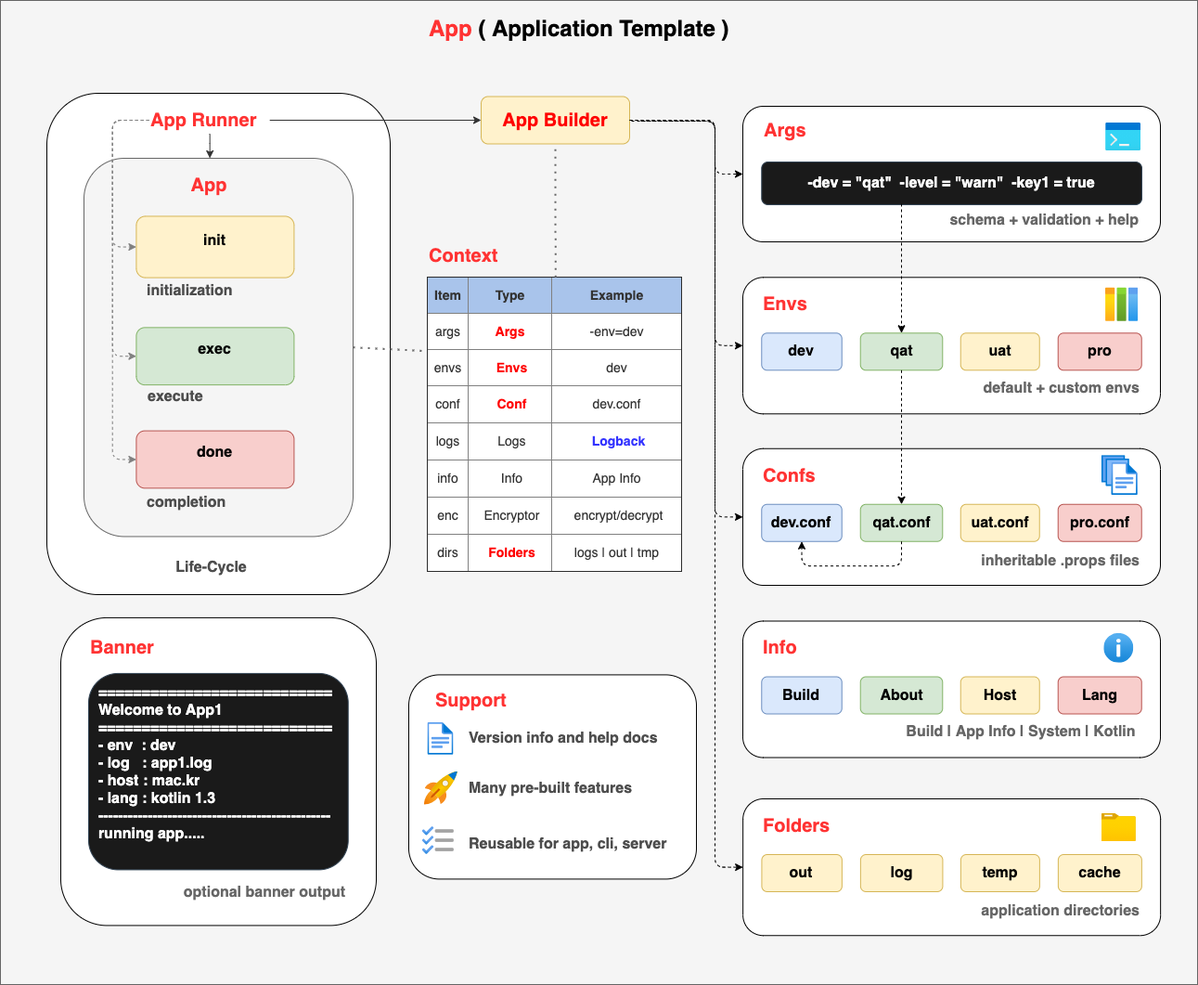
Above: doc/diagrams/slatekit-app.png in slatekit/kiit (draw.io), before the change. Source tidied: cells renumbered, new cells last; positions are measured from the earlier drawing's top-left corner, leaving out a move shared by most shapes.
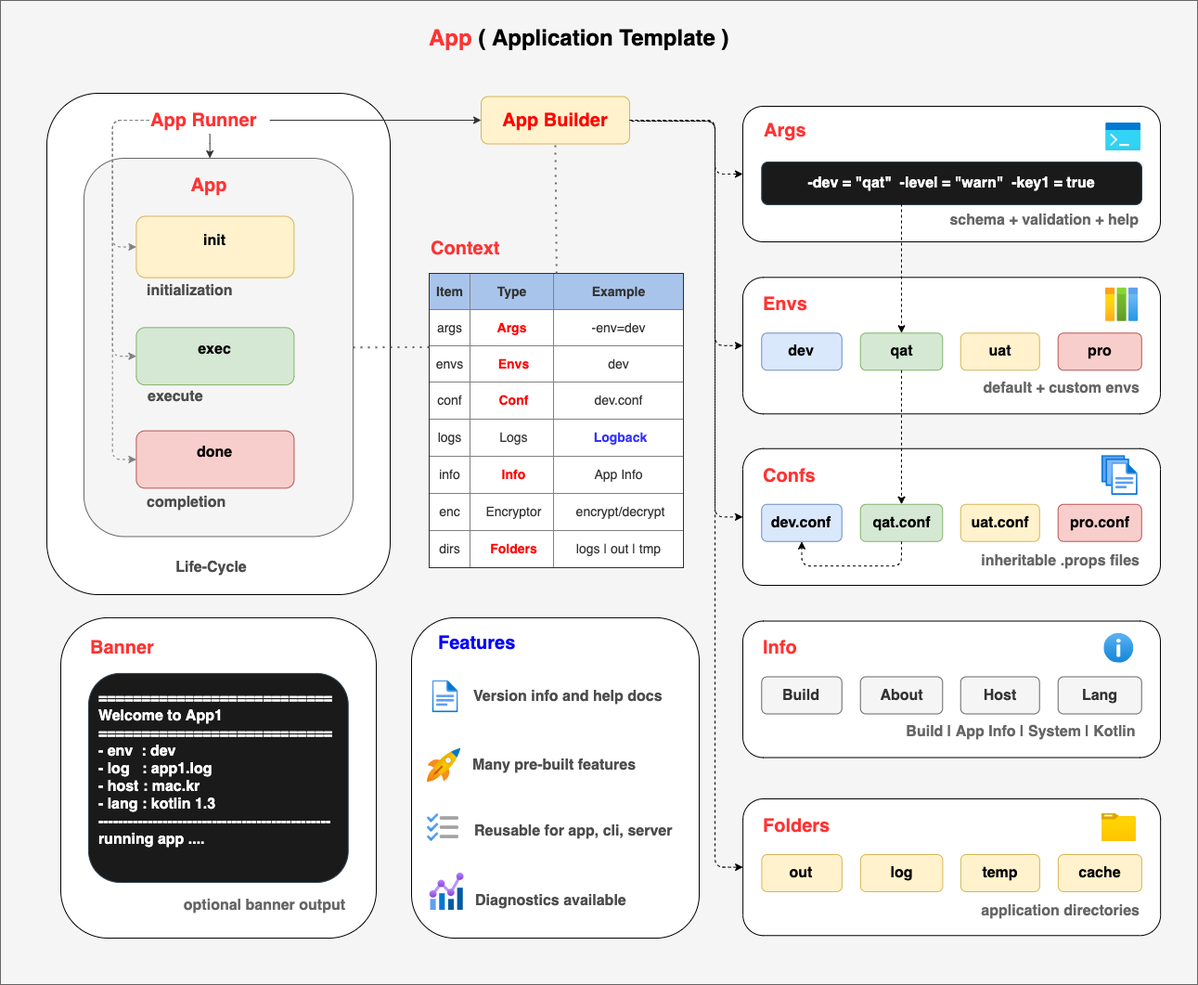
After the commit.

What changed in the source:
```diff
@@ -12,7 +12,7 @@
       <mxGeometry x="160.2" y="114" width="130" height="30" as="geometry" />
     </mxCell>
     <mxCell id="5" value="&lt;font style=&quot;font-size: 24px&quot;&gt;&lt;b&gt;&lt;font color=&quot;#ff3333&quot; style=&quot;font-size: 24px&quot;&gt;App&lt;/font&gt;&lt;font color=&quot;#3333ff&quot; style=&quot;font-size: 24px&quot;&gt;&amp;nbsp;&lt;/font&gt;( Application Template )&lt;/b&gt;&lt;/font&gt;" style="text;html=1;strokeColor=none;fillColor=none;align=left;verticalAlign=middle;whiteSpace=wrap;rounded=0;" parent="1" vertex="1">
-      <mxGeometry x="460" y="20" width="370" height="20" as="geometry" />
+      <mxGeometry x="460" y="30" width="370" height="20" as="geometry" />
     </mxCell>
     <mxCell id="6" style="rounded=1;whiteSpace=wrap;html=1;glass=0;align=left;fillColor=#f5f5f5;strokeColor=#666666;fontColor=#333333;" parent="1" vertex="1">
       <mxGeometry x="90" y="170" width="290" height="407.5" as="geometry" />
@@ -69,8 +69,8 @@
     <mxCell id="19" style="endArrow=none;dashed=1;html=1;dashPattern=1 3;strokeWidth=2;fontColor=#4D4D4D;entryX=0;entryY=0.25;entryDx=0;entryDy=0;exitX=1;exitY=0.5;exitDx=0;exitDy=0;strokeColor=#666666;" parent="1" edge="1" source="6" target="20">
       <mxGeometry relative="1" as="geometry" />
     </mxCell>
-    <mxCell id="20" value="&lt;table border=&quot;1&quot; width=&quot;100%&quot; style=&quot;width: 100% ; height: 100% ; border-collapse: collapse ; font-size: 14px ; background-color: rgb(255 , 255 , 255)&quot;&gt;&lt;tbody style=&quot;font-size: 14px&quot;&gt;&lt;tr style=&quot;font-size: 14px&quot;&gt;&lt;td align=&quot;center&quot; style=&quot;font-size: 14px ; background-color: rgb(169 , 196 , 235)&quot;&gt;&lt;b style=&quot;font-size: 14px&quot;&gt;Item&lt;/b&gt;&lt;/td&gt;&lt;td style=&quot;text-align: center ; background-color: rgb(169 , 196 , 235)&quot;&gt;&lt;b&gt;Type&lt;/b&gt;&lt;br&gt;&lt;/td&gt;&lt;td align=&quot;center&quot; style=&quot;font-size: 14px ; background-color: rgb(169 , 196 , 235)&quot;&gt;&lt;b style=&quot;font-size: 14px&quot;&gt;Example&lt;/b&gt;&lt;/td&gt;&lt;/tr&gt;&lt;tr style=&quot;font-size: 14px&quot;&gt;&lt;td align=&quot;center&quot; style=&quot;font-size: 14px&quot;&gt;args&lt;/td&gt;&lt;td style=&quot;text-align: center&quot;&gt;&lt;b&gt;&lt;font color=&quot;#ff0000&quot;&gt;Args&lt;/font&gt;&lt;/b&gt;&lt;/td&gt;&lt;td align=&quot;center&quot; style=&quot;font-size: 14px&quot;&gt;-env=dev&lt;/td&gt;&lt;/tr&gt;&lt;tr style=&quot;font-size: 14px&quot;&gt;&lt;td align=&quot;center&quot; style=&quot;font-size: 14px&quot;&gt;envs&lt;br style=&quot;font-size: 14px&quot;&gt;&lt;/td&gt;&lt;td style=&quot;text-align: center&quot;&gt;&amp;nbsp;&lt;font color=&quot;#ff0000&quot;&gt;&lt;b&gt;Envs&lt;/b&gt;&lt;/font&gt;&lt;/td&gt;&lt;td align=&quot;center&quot; style=&quot;font-size: 14px&quot;&gt;dev&lt;/td&gt;&lt;/tr&gt;&lt;tr style=&quot;font-size: 14px&quot;&gt;&lt;td style=&quot;text-align: center ; font-size: 14px&quot;&gt;conf&lt;/td&gt;&lt;td style=&quot;text-align: center&quot;&gt;&amp;nbsp;&lt;font color=&quot;#ff0000&quot;&gt;&lt;b&gt;Conf&lt;/b&gt;&lt;/font&gt;&lt;/td&gt;&lt;td style=&quot;text-align: center ; font-size: 14px&quot;&gt;dev.conf&lt;/td&gt;&lt;/tr&gt;&lt;tr style=&quot;font-size: 14px&quot;&gt;&lt;td style=&quot;text-align: center ; font-size: 14px&quot;&gt;logs&lt;/td&gt;&lt;td style=&quot;text-align: center&quot;&gt;&amp;nbsp;Logs&lt;/td&gt;&lt;td style=&quot;text-align: center ; font-size: 14px&quot;&gt;&amp;nbsp;&lt;b&gt;&lt;font color=&quot;#3333ff&quot;&gt;Logback&lt;/font&gt;&lt;/b&gt;&lt;/td&gt;&lt;/tr&gt;&lt;tr style=&quot;font-size: 14px&quot;&gt;&lt;td style=&quot;text-align: center ; font-size: 14px&quot;&gt;info&lt;/td&gt;&lt;td style=&quot;text-align: center&quot;&gt;&amp;nbsp;Info&lt;/td&gt;&lt;td style=&quot;text-align: center ; font-size: 14px&quot;&gt;App Info&lt;/td&gt;&lt;/tr&gt;&lt;tr style=&quot;font-size: 14px&quot;&gt;&lt;td style=&quot;text-align: center ; font-size: 14px&quot;&gt;enc&lt;/td&gt;&lt;td style=&quot;text-align: center&quot;&gt;&amp;nbsp;Encryptor&lt;/td&gt;&lt;td style=&quot;text-align: center ; font-size: 14px&quot;&gt;&amp;nbsp;encrypt/decrypt&lt;/td&gt;&lt;/tr&gt;&lt;tr&gt;&lt;td style=&quot;text-align: center&quot;&gt;dirs&lt;/td&gt;&lt;td style=&quot;text-align: center&quot;&gt;&amp;nbsp;&lt;b&gt;&lt;font color=&quot;#ff0000&quot;&gt;Folders&lt;/font&gt;&lt;/b&gt;&lt;/td&gt;&lt;td style=&quot;text-align: center&quot;&gt;logs | out | tmp&lt;/td&gt;&lt;/tr&gt;&lt;/tbody&gt;&lt;/table&gt;" style="text;html=1;strokeColor=none;fillColor=none;overflow=fill;rounded=0;glass=0;align=left;fontColor=#333333;fontSize=14;" parent="1" vertex="1">
-      <mxGeometry x="460.5" y="298.3" width="275.4" height="317.7" as="geometry" />
+    <mxCell id="20" value="&lt;table border=&quot;1&quot; width=&quot;100%&quot; style=&quot;width: 100% ; height: 100% ; border-collapse: collapse ; font-size: 14px ; background-color: rgb(255 , 255 , 255)&quot;&gt;&lt;tbody style=&quot;font-size: 14px&quot;&gt;&lt;tr style=&quot;font-size: 14px&quot;&gt;&lt;td align=&quot;center&quot; style=&quot;font-size: 14px ; background-color: rgb(169 , 196 , 235)&quot;&gt;&lt;b style=&quot;font-size: 14px&quot;&gt;Item&lt;/b&gt;&lt;/td&gt;&lt;td style=&quot;text-align: center ; background-color: rgb(169 , 196 , 235)&quot;&gt;&lt;b&gt;Type&lt;/b&gt;&lt;br&gt;&lt;/td&gt;&lt;td align=&quot;center&quot; style=&quot;font-size: 14px ; background-color: rgb(169 , 196 , 235)&quot;&gt;&lt;b style=&quot;font-size: 14px&quot;&gt;Example&lt;/b&gt;&lt;/td&gt;&lt;/tr&gt;&lt;tr style=&quot;font-size: 14px&quot;&gt;&lt;td align=&quot;center&quot; style=&quot;font-size: 14px&quot;&gt;args&lt;/td&gt;&lt;td style=&quot;text-align: center&quot;&gt;&lt;b&gt;&lt;font color=&quot;#ff0000&quot;&gt;Args&lt;/font&gt;&lt;/b&gt;&lt;/td&gt;&lt;td align=&quot;center&quot; style=&quot;font-size: 14px&quot;&gt;-env=dev&lt;/td&gt;&lt;/tr&gt;&lt;tr style=&quot;font-size: 14px&quot;&gt;&lt;td align=&quot;center&quot; style=&quot;font-size: 14px&quot;&gt;envs&lt;br style=&quot;font-size: 14px&quot;&gt;&lt;/td&gt;&lt;td style=&quot;text-align: center&quot;&gt;&amp;nbsp;&lt;font color=&quot;#ff0000&quot;&gt;&lt;b&gt;Envs&lt;/b&gt;&lt;/font&gt;&lt;/td&gt;&lt;td align=&quot;center&quot; style=&quot;font-size: 14px&quot;&gt;dev&lt;/td&gt;&lt;/tr&gt;&lt;tr style=&quot;font-size: 14px&quot;&gt;&lt;td style=&quot;text-align: center ; font-size: 14px&quot;&gt;conf&lt;/td&gt;&lt;td style=&quot;text-align: center&quot;&gt;&amp;nbsp;&lt;font color=&quot;#ff0000&quot;&gt;&lt;b&gt;Conf&lt;/b&gt;&lt;/font&gt;&lt;/td&gt;&lt;td style=&quot;text-align: center ; font-size: 14px&quot;&gt;dev.conf&lt;/td&gt;&lt;/tr&gt;&lt;tr style=&quot;font-size: 14px&quot;&gt;&lt;td style=&quot;text-align: center ; font-size: 14px&quot;&gt;logs&lt;/td&gt;&lt;td style=&quot;text-align: center&quot;&gt;&amp;nbsp;Logs&lt;/td&gt;&lt;td style=&quot;text-align: center ; font-size: 14px&quot;&gt;&amp;nbsp;&lt;b&gt;&lt;font color=&quot;#3333ff&quot;&gt;Logback&lt;/font&gt;&lt;/b&gt;&lt;/td&gt;&lt;/tr&gt;&lt;tr style=&quot;font-size: 14px&quot;&gt;&lt;td style=&quot;text-align: center ; font-size: 14px&quot;&gt;info&lt;/td&gt;&lt;td style=&quot;text-align: center&quot;&gt;&amp;nbsp;&lt;b&gt;&lt;font color=&quot;#ff0000&quot;&gt;Info&lt;/font&gt;&lt;/b&gt;&lt;/td&gt;&lt;td style=&quot;text-align: center ; font-size: 14px&quot;&gt;App Info&lt;/td&gt;&lt;/tr&gt;&lt;tr style=&quot;font-size: 14px&quot;&gt;&lt;td style=&quot;text-align: center ; font-size: 14px&quot;&gt;enc&lt;/td&gt;&lt;td style=&quot;text-align: center&quot;&gt;&amp;nbsp;Encryptor&lt;/td&gt;&lt;td style=&quot;text-align: center ; font-size: 14px&quot;&gt;&amp;nbsp;encrypt/decrypt&lt;/td&gt;&lt;/tr&gt;&lt;tr&gt;&lt;td style=&quot;text-align: center&quot;&gt;dirs&lt;/td&gt;&lt;td style=&quot;text-align: center&quot;&gt;&amp;nbsp;&lt;b&gt;&lt;font color=&quot;#ff0000&quot;&gt;Folders&lt;/font&gt;&lt;/b&gt;&lt;/td&gt;&lt;td style=&quot;text-align: center&quot;&gt;logs | out | tmp&lt;/td&gt;&lt;/tr&gt;&lt;/tbody&gt;&lt;/table&gt;" style="text;html=1;strokeColor=none;fillColor=none;overflow=fill;rounded=0;glass=0;align=left;fontColor=#333333;fontSize=14;" parent="1" vertex="1">
+      <mxGeometry x="461.6" y="294" width="275.4" height="317.7" as="geometry" />
     </mxCell>
     <mxCell id="21" style="endArrow=none;dashed=1;html=1;dashPattern=1 3;strokeWidth=2;fontColor=#4D4D4D;entryX=0.5;entryY=1;entryDx=0;entryDy=0;exitX=0.5;exitY=0;exitDx=0;exitDy=0;strokeColor=#666666;" parent="1" edge="1" source="20" target="28">
       <mxGeometry relative="1" as="geometry" />
@@ -79,19 +79,19 @@
       <mxGeometry x="85.7" y="596.1" width="282.5" height="30" as="geometry" />
     </mxCell>
     <mxCell id="23" style="rounded=1;whiteSpace=wrap;html=1;glass=0;strokeWidth=1;fontSize=14;align=left;" parent="1" vertex="1">
-      <mxGeometry x="440" y="726.4" width="310" height="220" as="geometry" />
+      <mxGeometry x="443" y="664.9" width="310" height="345.1" as="geometry" />
     </mxCell>
-    <mxCell id="24" value="&lt;div&gt;&lt;b style=&quot;color: rgb(255 , 51 , 51)&quot;&gt;&lt;span style=&quot;font-size: 20px&quot;&gt;Support&lt;/span&gt;&lt;/b&gt;&lt;/div&gt;" style="text;html=1;strokeColor=none;fillColor=none;align=left;verticalAlign=middle;whiteSpace=wrap;rounded=0;" parent="1" vertex="1">
-      <mxGeometry x="466.6" y="738.5" width="130" height="30" as="geometry" />
+    <mxCell id="24" value="&lt;div&gt;&lt;b&gt;&lt;span style=&quot;font-size: 20px&quot;&gt;Features&lt;/span&gt;&lt;/b&gt;&lt;/div&gt;" style="text;html=1;strokeColor=none;fillColor=none;align=left;verticalAlign=middle;whiteSpace=wrap;rounded=0;fontColor=#0000FF;" parent="1" vertex="1">
+      <mxGeometry x="469.6" y="677" width="130" height="30" as="geometry" />
     </mxCell>
     <mxCell id="25" value="&lt;font style=&quot;font-size: 16px&quot;&gt;&lt;b&gt;Version info and help docs&lt;/b&gt;&lt;/font&gt;" style="text;html=1;strokeColor=none;fillColor=none;align=left;verticalAlign=middle;whiteSpace=wrap;rounded=0;fontColor=#4D4D4D;" parent="1" vertex="1">
-      <mxGeometry x="503" y="785.4" width="216.9" height="20" as="geometry" />
+      <mxGeometry x="508.2" y="739.9" width="216.9" height="20" as="geometry" />
     </mxCell>
     <mxCell id="26" value="&lt;span style=&quot;font-size: 16px&quot;&gt;&lt;b&gt;Reusable for app, cli, server&lt;/b&gt;&lt;/span&gt;" style="text;html=1;strokeColor=none;fillColor=none;align=left;verticalAlign=middle;whiteSpace=wrap;rounded=0;fontColor=#4D4D4D;" parent="1" vertex="1">
-      <mxGeometry x="503.5" y="899.1" width="216.5" height="20" as="geometry" />
+      <mxGeometry x="508.6" y="885.1" width="216.5" height="20" as="geometry" />
     </mxCell>
     <mxCell id="27" value="&lt;div&gt;&lt;b style=&quot;color: rgb(255 , 51 , 51)&quot;&gt;&lt;font style=&quot;font-size: 20px&quot;&gt;Context&lt;/font&gt;&lt;/b&gt;&lt;/div&gt;" style="text;html=1;strokeColor=none;fillColor=none;align=left;verticalAlign=middle;whiteSpace=wrap;rounded=0;" parent="1" vertex="1">
-      <mxGeometry x="460.1" y="260" width="130" height="30" as="geometry" />
+      <mxGeometry x="462" y="252" width="130" height="30" as="geometry" />
     </mxCell>
     <mxCell id="28" value="&lt;b&gt;&lt;font style=&quot;font-size: 20px&quot; color=&quot;#ff0000&quot;&gt;App Builder&lt;/font&gt;&lt;/b&gt;" style="rounded=1;whiteSpace=wrap;html=1;fillColor=#fff2cc;strokeColor=#d6b656;" parent="1" vertex="1">
       <mxGeometry x="518" y="103.5" width="160" height="51" as="geometry" />
@@ -169,7 +169,7 @@
       </mxGeometry>
     </mxCell>
     <mxCell id="51" style="html=1;align=center;image;fontSize=12;image=img/lib/azure2/general/File.svg;fillColor=#1A1A1A;" parent="1" vertex="1">
-      <mxGeometry x="460.5" y="777.9" width="28.4" height="35" as="geometry" />
+      <mxGeometry x="465.6" y="732.4" width="28.4" height="35" as="geometry" />
     </mxCell>
     <mxCell id="52" value="&lt;div&gt;&lt;b style=&quot;font-size: 16px&quot;&gt;schema + validation + help&lt;/b&gt;&lt;/div&gt;" style="text;html=1;strokeColor=none;fillColor=none;align=right;verticalAlign=middle;whiteSpace=wrap;rounded=0;fontColor=#666666;" parent="1" vertex="1">
       <mxGeometry x="960" y="222" width="269.4" height="30" as="geometry" />
@@ -231,50 +231,56 @@
     <mxCell id="65" style="rounded=1;whiteSpace=wrap;html=1;glass=0;align=left;" parent="1" vertex="1">
       <mxGeometry x="800" y="668.5" width="450" height="147" as="geometry" />
     </mxCell>
-    <mxCell id="66" value="&lt;span style=&quot;font-size: 16px&quot;&gt;&lt;b&gt;About&lt;/b&gt;&lt;/span&gt;" style="rounded=1;whiteSpace=wrap;html=1;fillColor=#d5e8d4;strokeColor=#82b366;" parent="1" vertex="1">
+    <mxCell id="66" value="&lt;span style=&quot;font-size: 16px&quot;&gt;&lt;b&gt;About&lt;/b&gt;&lt;/span&gt;" style="rounded=1;whiteSpace=wrap;html=1;fillColor=#f5f5f5;strokeColor=#666666;fontColor=#333333;" parent="1" vertex="1">
       <mxGeometry x="926.7" y="728.5" width="88.5" height="40" as="geometry" />
     </mxCell>
-    <mxCell id="67" value="&lt;b&gt;&lt;font style=&quot;font-size: 16px&quot;&gt;Build&lt;/font&gt;&lt;/b&gt;" style="rounded=1;whiteSpace=wrap;html=1;fillColor=#dae8fc;strokeColor=#6c8ebf;" parent="1" vertex="1">
+    <mxCell id="67" value="&lt;b&gt;&lt;font style=&quot;font-size: 16px&quot;&gt;Build&lt;/font&gt;&lt;/b&gt;" style="rounded=1;whiteSpace=wrap;html=1;fillColor=#f5f5f5;strokeColor=#666666;fontColor=#333333;" parent="1" vertex="1">
       <mxGeometry x="820.3" y="728.5" width="86.5" height="40" as="geometry" />
     </mxCell>
-    <mxCell id="68" value="&lt;b&gt;&lt;font style=&quot;font-size: 16px&quot;&gt;Host&lt;/font&gt;&lt;/b&gt;" style="rounded=1;whiteSpace=wrap;html=1;fillColor=#fff2cc;strokeColor=#d6b656;" parent="1" vertex="1">
+    <mxCell id="68" value="&lt;b&gt;&lt;font style=&quot;font-size: 16px&quot;&gt;Host&lt;/font&gt;&lt;/b&gt;" style="rounded=1;whiteSpace=wrap;html=1;fillColor=#f5f5f5;strokeColor=#666666;fontColor=#333333;" parent="1" vertex="1">
       <mxGeometry x="1034.7" y="728.5" width="85" height="40" as="geometry" />
     </mxCell>
     <mxCell id="69" value="&lt;div&gt;&lt;b style=&quot;color: rgb(255 , 51 , 51)&quot;&gt;&lt;font style=&quot;font-size: 20px&quot;&gt;Info&lt;/font&gt;&lt;/b&gt;&lt;/div&gt;" style="text;html=1;strokeColor=none;fillColor=none;align=left;verticalAlign=middle;whiteSpace=wrap;rounded=0;" parent="1" vertex="1">
       <mxGeometry x="820.3" y="681.8" width="123.2" height="30" as="geometry" />
     </mxCell>
-    <mxCell id="70" value="&lt;b&gt;&lt;font style=&quot;font-size: 16px&quot;&gt;Lang&lt;/font&gt;&lt;/b&gt;" style="rounded=1;whiteSpace=wrap;html=1;fillColor=#f8cecc;strokeColor=#b85450;" parent="1" vertex="1">
+    <mxCell id="70" value="&lt;b&gt;&lt;font style=&quot;font-size: 16px&quot;&gt;Lang&lt;/font&gt;&lt;/b&gt;" style="rounded=1;whiteSpace=wrap;html=1;fillColor=#f5f5f5;strokeColor=#666666;fontColor=#333333;" parent="1" vertex="1">
       <mxGeometry x="1139.7" y="728.5" width="90" height="40" as="geometry" />
     </mxCell>
     <mxCell id="71" value="&lt;span style=&quot;font-size: 16px&quot;&gt;&lt;b&gt;Build | App Info | System | Kotlin&amp;nbsp;&lt;/b&gt;&lt;/span&gt;" style="text;html=1;strokeColor=none;fillColor=none;align=right;verticalAlign=middle;whiteSpace=wrap;rounded=0;fontColor=#666666;" parent="1" vertex="1">
       <mxGeometry x="950" y="773.1" width="280" height="30" as="geometry" />
     </mxCell>
     <mxCell id="72" style="rounded=1;whiteSpace=wrap;html=1;glass=0;align=left;" parent="1" vertex="1">
-      <mxGeometry x="65" y="664.9" width="340" height="331.5" as="geometry" />
+      <mxGeometry x="65" y="664.9" width="340" height="345.1" as="geometry" />
     </mxCell>
-    <mxCell id="73" value="&lt;b&gt;&lt;font style=&quot;font-size: 16px&quot;&gt;&amp;nbsp; ===========================&lt;br&gt;&amp;nbsp; Welcome to App1&lt;br&gt;&amp;nbsp;&amp;nbsp;&lt;/font&gt;&lt;/b&gt;&lt;b&gt;&lt;font style=&quot;font-size: 16px&quot;&gt;===========================&lt;br&gt;&lt;/font&gt;&lt;/b&gt;&lt;b&gt;&lt;font style=&quot;font-size: 16px&quot;&gt;&amp;nbsp; - env&amp;nbsp; : dev&amp;nbsp;&lt;br&gt;&amp;nbsp; - log&amp;nbsp; &amp;nbsp;: app1.log&lt;br&gt;&amp;nbsp; - host : mac.kr&lt;br&gt;&amp;nbsp; - lang : kotlin 1.3&lt;br&gt;&amp;nbsp; -----------------------------------------------&lt;br&gt;&amp;nbsp; running app.....&lt;br&gt;&amp;nbsp;&amp;nbsp;&lt;br&gt;&lt;/font&gt;&lt;/b&gt;" style="rounded=1;whiteSpace=wrap;html=1;strokeColor=#314354;fontColor=#ffffff;fillColor=#1A1A1A;align=left;" parent="1" vertex="1">
-      <mxGeometry x="95" y="724.9" width="279.7" height="211.5" as="geometry" />
+    <mxCell id="73" value="&lt;b&gt;&lt;font style=&quot;font-size: 16px&quot;&gt;&amp;nbsp; ===========================&lt;br&gt;&amp;nbsp; Welcome to App1&lt;br&gt;&amp;nbsp;&amp;nbsp;&lt;/font&gt;&lt;/b&gt;&lt;b&gt;&lt;font style=&quot;font-size: 16px&quot;&gt;===========================&lt;br&gt;&lt;/font&gt;&lt;/b&gt;&lt;b&gt;&lt;font style=&quot;font-size: 16px&quot;&gt;&amp;nbsp; - env&amp;nbsp; : dev&amp;nbsp;&lt;br&gt;&amp;nbsp; - log&amp;nbsp; &amp;nbsp;: app1.log&lt;br&gt;&amp;nbsp; - host : mac.kr&lt;br&gt;&amp;nbsp; - lang : kotlin 1.3&lt;br&gt;&amp;nbsp; -----------------------------------------------&lt;br&gt;&amp;nbsp; running app ....&lt;br&gt;&amp;nbsp;&amp;nbsp;&lt;br&gt;&lt;/font&gt;&lt;/b&gt;" style="rounded=1;whiteSpace=wrap;html=1;strokeColor=#314354;fontColor=#ffffff;fillColor=#1A1A1A;align=left;" parent="1" vertex="1">
+      <mxGeometry x="95" y="724.9" width="279.7" height="225.1" as="geometry" />
     </mxCell>
     <mxCell id="74" value="&lt;div&gt;&lt;b style=&quot;color: rgb(255 , 51 , 51)&quot;&gt;&lt;font style=&quot;font-size: 20px&quot;&gt;Banner&lt;/font&gt;&lt;/b&gt;&lt;/div&gt;" style="text;html=1;strokeColor=none;fillColor=none;align=left;verticalAlign=middle;whiteSpace=wrap;rounded=0;" parent="1" vertex="1">
       <mxGeometry x="95" y="681.7" width="123.2" height="30" as="geometry" />
     </mxCell>
     <mxCell id="75" value="&lt;span style=&quot;font-size: 16px&quot;&gt;&lt;b&gt;optional banner output&lt;/b&gt;&lt;/span&gt;" style="text;html=1;strokeColor=none;fillColor=none;align=right;verticalAlign=middle;whiteSpace=wrap;rounded=0;fontColor=#666666;" parent="1" vertex="1">
-      <mxGeometry x="105.3" y="946.4" width="269.4" height="30" as="geometry" />
+      <mxGeometry x="105.3" y="960" width="269.4" height="30" as="geometry" />
     </mxCell>
     <mxCell id="76" style="html=1;align=center;image;fontSize=12;image=img/lib/azure2/general/Information.svg;" parent="1" vertex="1">
       <mxGeometry x="1189.3" y="681.8" width="32" height="32" as="geometry" />
     </mxCell>
     <mxCell id="77" style="html=1;align=center;image;fontSize=12;image=img/lib/azure2/general/Backlog.svg;fillColor=#1A1A1A;" parent="1" vertex="1">
-      <mxGeometry x="454.9" y="890" width="34" height="30" as="geometry" />
+      <mxGeometry x="460" y="876" width="34" height="30" as="geometry" />
     </mxCell>
     <mxCell id="78" value="&lt;span style=&quot;font-size: 16px&quot;&gt;&lt;b&gt;Many pre-built features&lt;/b&gt;&lt;/span&gt;" style="text;html=1;strokeColor=none;fillColor=none;align=left;verticalAlign=middle;whiteSpace=wrap;rounded=0;fontColor=#4D4D4D;" parent="1" vertex="1">
-      <mxGeometry x="503.5" y="838.5" width="216.9" height="20" as="geometry" />
+      <mxGeometry x="506.6" y="813.8" width="216.9" height="20" as="geometry" />
     </mxCell>
     <mxCell id="79" style="html=1;align=center;image;fontSize=12;image=img/lib/azure2/general/Files.svg;fillColor=#1A1A1A;" parent="1" vertex="1">
       <mxGeometry x="1186.8" y="490.1" width="39.3" height="43" as="geometry" />
     </mxCell>
     <mxCell id="80" style="html=1;align=center;image;fontSize=12;image=img/lib/azure2/general/Quickstart_Center.svg;fillColor=#1A1A1A;" parent="1" vertex="1">
-      <mxGeometry x="456.8" y="830.7" width="35.7" height="35.7" as="geometry" />
+      <mxGeometry x="460" y="806" width="35.7" height="35.7" as="geometry" />
     </mxCell>
+    <mxCell id="81" style="html=1;align=center;image;fontSize=12;image=img/lib/azure2/management_governance/Metrics.svg;" parent="1" vertex="1">
+      <mxGeometry x="462.6" y="940" width="36.9" height="40" as="geometry" />
+    </mxCell>
+    <mxCell id="82" value="&lt;span style=&quot;font-size: 16px&quot;&gt;&lt;b&gt;Diagnostics available&lt;/b&gt;&lt;/span&gt;" style="text;html=1;strokeColor=none;fillColor=none;align=left;verticalAlign=middle;whiteSpace=wrap;rounded=0;fontColor=#4D4D4D;" parent="1" vertex="1">
+      <mxGeometry x="509.6" y="960" width="216.5" height="20" as="geometry" />
+    </mxCell>
   </root>
 </mxGraphModel>
```
